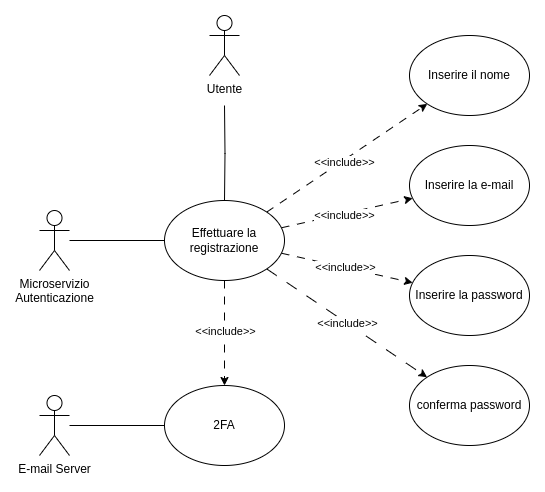
This is second-deliverable/images/UCD/RF2_registrazione_UCD.png from IS-FixMi/Documentation-Source, a draw.io export, as it was before one commit. Source tidied: cells renumbered, new cells last; positions are measured from the earlier drawing's top-left corner, leaving out a move shared by most shapes.
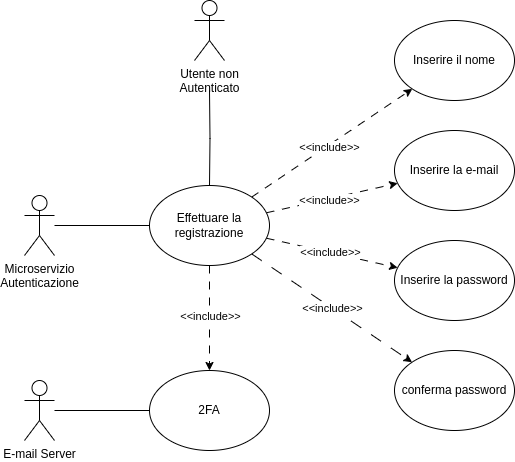
After the commit.

Change to the diagram source:
```diff
@@ -7,7 +7,7 @@
         <mxPoint x="185" y="90" as="sourcePoint" />
       </mxGeometry>
     </mxCell>
-    <mxCell id="3" value="Utente" style="shape=umlActor;verticalLabelPosition=bottom;verticalAlign=top;html=1;" parent="1" vertex="1">
+    <mxCell id="3" value="Utente non&lt;br&gt;Autenticato" style="shape=umlActor;verticalLabelPosition=bottom;verticalAlign=top;html=1;" parent="1" vertex="1">
       <mxGeometry x="170" width="30" height="60" as="geometry" />
     </mxCell>
     <mxCell id="4" style="edgeStyle=orthogonalEdgeStyle;rounded=0;jettySize=auto;html=1;dashed=1;dashPattern=8 8;" parent="1" edge="1" source="13" target="17">
```
